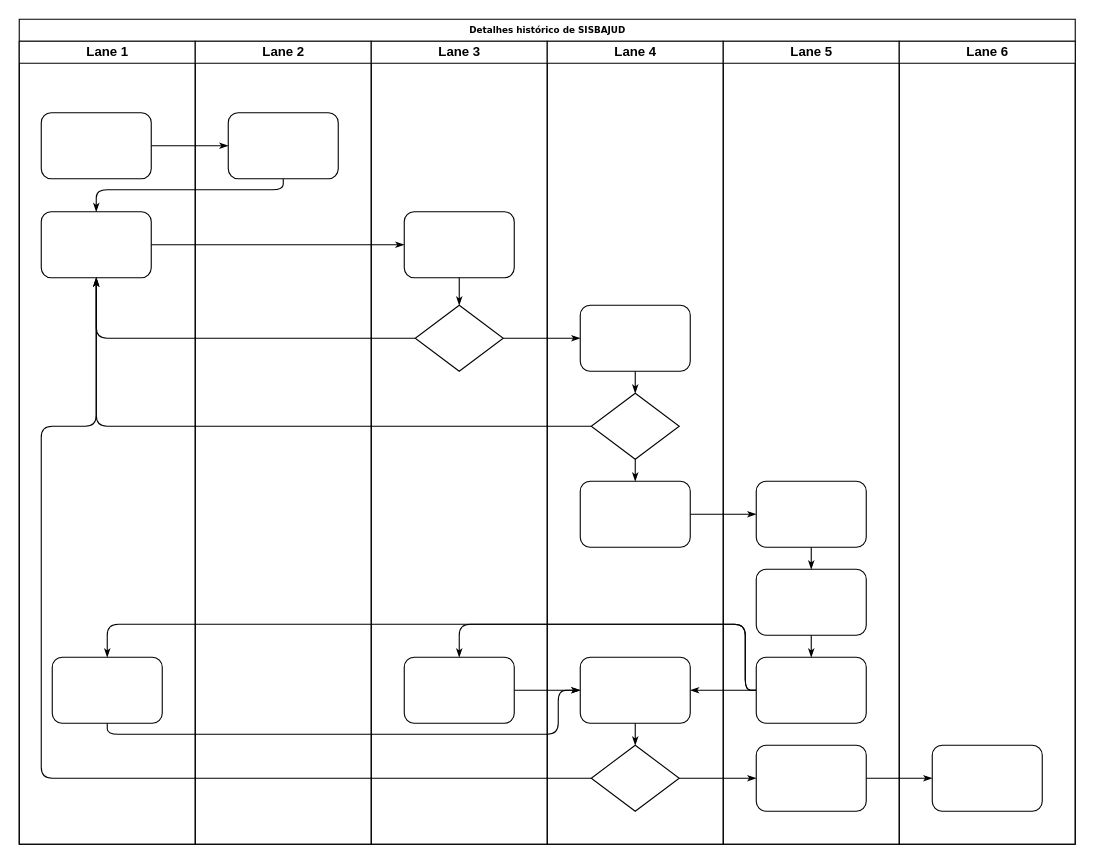
Before: painel.drawio in FabioHenrique023/diagramas, a draw.io diagram. Source tidied: cells renumbered, new cells numbered last; positions are measured from the earlier drawing's top-left corner, leaving out a move shared by most shapes. Both pictures are drawn from the tidied source at 110%, with x=0, y=0 at pixel (19, 19).
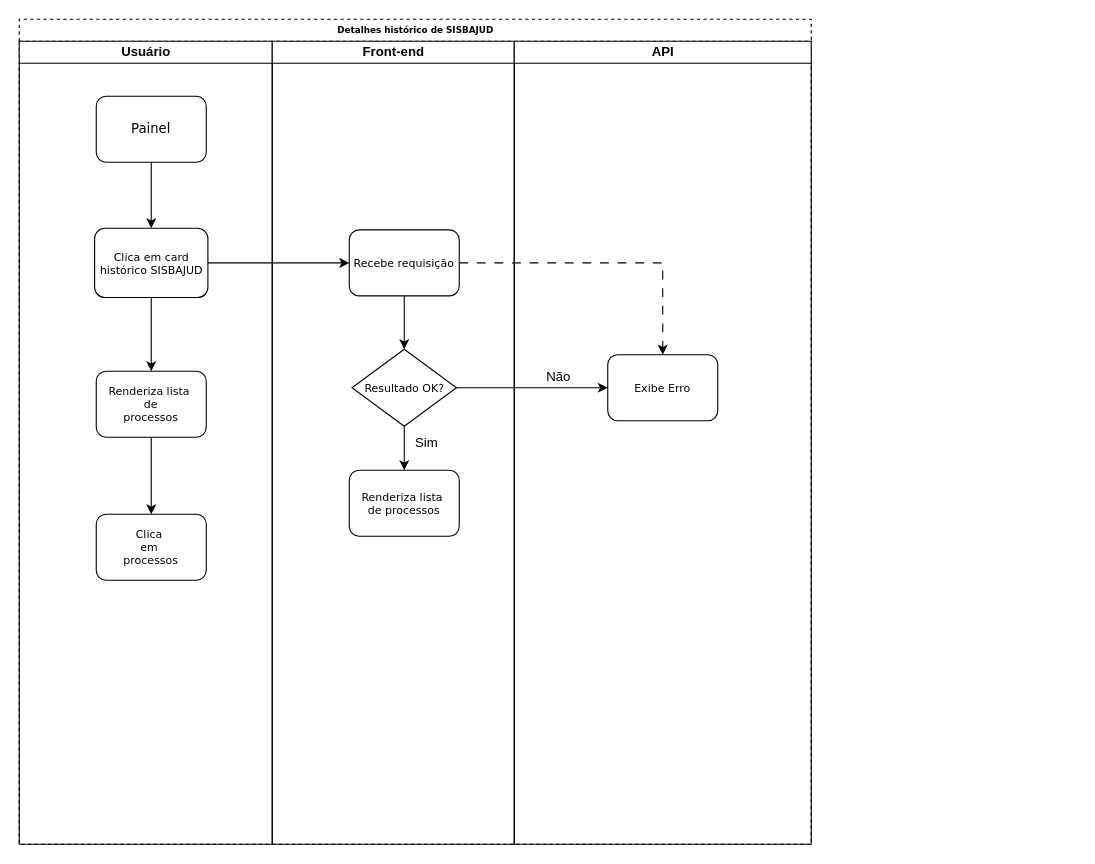
Above is the later version.

Change to the diagram source:
```diff
@@
-    <mxCell id="2" value="Detalhes histórico de SISBAJUD" style="swimlane;html=1;startSize=20;rounded=0;shadow=0;labelBackgroundColor=none;strokeWidth=1;fontFamily=Verdana;fontSize=8;align=center;" parent="1" vertex="1">
-      <mxGeometry width="960" height="750" as="geometry" />
+    <mxCell id="2" value="Detalhes histórico de SISBAJUD" style="swimlane;html=1;startSize=20;rounded=0;shadow=0;labelBackgroundColor=none;strokeWidth=1;fontFamily=Verdana;fontSize=8;align=center;dashed=1;" parent="1" vertex="1">
+      <mxGeometry width="720" height="750" as="geometry" />
     </mxCell>
-    <mxCell id="3" value="Lane 1" style="swimlane;html=1;startSize=20;" parent="2" vertex="1">
-      <mxGeometry y="20" width="160" height="730" as="geometry" />
+    <mxCell id="3" value="Usuário" style="swimlane;html=1;startSize=20;" parent="2" vertex="1">
+      <mxGeometry y="20" width="230" height="730" as="geometry" />
     </mxCell>
+    <mxCell id="47" style="edgeStyle=orthogonalEdgeStyle;rounded=0;jettySize=auto;html=1;" parent="3" edge="1" source="4" target="5">
+      <mxGeometry relative="1" as="geometry" />
+    </mxCell>
-    <mxCell id="4" style="rounded=1;whiteSpace=wrap;html=1;shadow=0;labelBackgroundColor=none;strokeWidth=1;fontFamily=Verdana;fontSize=8;align=center;" parent="3" vertex="1">
-      <mxGeometry x="20" y="65" width="100" height="60" as="geometry" />
+    <mxCell id="4" value="&lt;font style=&quot;font-size: 12px;&quot;&gt;Painel&lt;/font&gt;" style="rounded=1;whiteSpace=wrap;html=1;shadow=0;labelBackgroundColor=none;strokeWidth=1;fontFamily=Verdana;fontSize=8;align=center;" parent="3" vertex="1">
+      <mxGeometry x="70" y="50" width="100" height="60" as="geometry" />
     </mxCell>
+    <mxCell id="48" style="edgeStyle=orthogonalEdgeStyle;rounded=0;jettySize=auto;html=1;" parent="3" edge="1" source="5" target="6">
+      <mxGeometry relative="1" as="geometry" />
+    </mxCell>
-    <mxCell id="5" style="rounded=1;whiteSpace=wrap;html=1;shadow=0;labelBackgroundColor=none;strokeWidth=1;fontFamily=Verdana;fontSize=8;align=center;" parent="3" vertex="1">
-      <mxGeometry x="20" y="155" width="100" height="60" as="geometry" />
+    <mxCell id="5" value="&lt;font style=&quot;font-size: 10px;&quot;&gt;Clica em card histórico SISBAJUD&lt;/font&gt;" style="rounded=1;whiteSpace=wrap;html=1;shadow=0;labelBackgroundColor=none;strokeWidth=1;fontFamily=Verdana;fontSize=8;align=center;" parent="3" vertex="1">
+      <mxGeometry x="68.5" y="170" width="103" height="63" as="geometry" />
     </mxCell>
+    <mxCell id="49" style="edgeStyle=orthogonalEdgeStyle;rounded=0;jettySize=auto;html=1;" parent="3" edge="1" source="6" target="50">
+      <mxGeometry relative="1" as="geometry" />
+    </mxCell>
-    <mxCell id="6" style="rounded=1;whiteSpace=wrap;html=1;shadow=0;labelBackgroundColor=none;strokeWidth=1;fontFamily=Verdana;fontSize=8;align=center;" parent="3" vertex="1">
-      <mxGeometry x="30" y="560" width="100" height="60" as="geometry" />
+    <mxCell id="6" value="&lt;font style=&quot;font-size: 10px;&quot;&gt;Renderiza lista&amp;nbsp;&lt;/font&gt;&lt;div&gt;&lt;font style=&quot;font-size: 10px;&quot;&gt;de&lt;/font&gt;&lt;/div&gt;&lt;div&gt;&lt;font style=&quot;font-size: 10px;&quot;&gt;processos&lt;/font&gt;&lt;/div&gt;" style="rounded=1;whiteSpace=wrap;html=1;shadow=0;labelBackgroundColor=none;strokeWidth=1;fontFamily=Verdana;fontSize=8;align=center;" parent="3" vertex="1">
+      <mxGeometry x="70" y="300" width="100" height="60" as="geometry" />
     </mxCell>
-    <mxCell id="7" style="edgeStyle=orthogonalEdgeStyle;rounded=1;html=1;labelBackgroundColor=none;startArrow=none;startFill=0;startSize=5;endArrow=classicThin;endFill=1;endSize=5;jettySize=auto;strokeWidth=1;fontFamily=Verdana;fontSize=8;" parent="2" edge="1" source="4" target="23">
-      <mxGeometry relative="1" as="geometry" />
-    </mxCell>
-    <mxCell id="8" style="edgeStyle=orthogonalEdgeStyle;rounded=1;html=1;labelBackgroundColor=none;startArrow=none;startFill=0;startSize=5;endArrow=classicThin;endFill=1;endSize=5;jettySize=auto;strokeWidth=1;fontFamily=Verdana;fontSize=8;" parent="2" edge="1" source="23" target="5">
-      <mxGeometry relative="1" as="geometry">
-        <Array as="points">
-          <mxPoint x="240" y="155" />
-          <mxPoint x="70" y="155" />
-        </Array>
-      </mxGeometry>
-    </mxCell>
-    <mxCell id="9" style="edgeStyle=orthogonalEdgeStyle;rounded=1;html=1;labelBackgroundColor=none;startArrow=none;startFill=0;startSize=5;endArrow=classicThin;endFill=1;endSize=5;jettySize=auto;strokeWidth=1;fontFamily=Verdana;fontSize=8;" parent="2" edge="1" source="5" target="25">
-      <mxGeometry relative="1" as="geometry" />
-    </mxCell>
-    <mxCell id="10" style="edgeStyle=orthogonalEdgeStyle;rounded=1;html=1;labelBackgroundColor=none;startArrow=none;startFill=0;startSize=5;endArrow=classicThin;endFill=1;endSize=5;jettySize=auto;strokeWidth=1;fontFamily=Verdana;fontSize=8;" parent="2" edge="1" source="26" target="5">
-      <mxGeometry relative="1" as="geometry" />
-    </mxCell>
-    <mxCell id="11" style="edgeStyle=orthogonalEdgeStyle;rounded=1;html=1;labelBackgroundColor=none;startArrow=none;startFill=0;startSize=5;endArrow=classicThin;endFill=1;endSize=5;jettySize=auto;strokeWidth=1;fontFamily=Verdana;fontSize=8;" parent="2" edge="1" source="31" target="5">
-      <mxGeometry relative="1" as="geometry" />
-    </mxCell>
-    <mxCell id="12" style="edgeStyle=orthogonalEdgeStyle;rounded=1;html=1;labelBackgroundColor=none;startArrow=none;startFill=0;startSize=5;endArrow=classicThin;endFill=1;endSize=5;jettySize=auto;strokeWidth=1;fontFamily=Verdana;fontSize=8;" parent="2" edge="1" source="34" target="5">
-      <mxGeometry relative="1" as="geometry">
-        <Array as="points">
-          <mxPoint x="20" y="690" />
-          <mxPoint x="20" y="370" />
-          <mxPoint x="70" y="370" />
-        </Array>
-      </mxGeometry>
-    </mxCell>
-    <mxCell id="13" style="edgeStyle=orthogonalEdgeStyle;rounded=1;html=1;labelBackgroundColor=none;startArrow=none;startFill=0;startSize=5;endArrow=classicThin;endFill=1;endSize=5;jettySize=auto;strokeWidth=1;fontFamily=Verdana;fontSize=8;" parent="2" edge="1" source="26" target="30">
-      <mxGeometry relative="1" as="geometry" />
-    </mxCell>
-    <mxCell id="14" style="edgeStyle=orthogonalEdgeStyle;rounded=1;html=1;labelBackgroundColor=none;startArrow=none;startFill=0;startSize=5;endArrow=classicThin;endFill=1;endSize=5;jettySize=auto;strokeWidth=1;fontFamily=Verdana;fontSize=8;" parent="2" edge="1" source="34" target="42">
-      <mxGeometry relative="1" as="geometry" />
-    </mxCell>
-    <mxCell id="15" style="edgeStyle=orthogonalEdgeStyle;rounded=1;html=1;labelBackgroundColor=none;startArrow=none;startFill=0;startSize=5;endArrow=classicThin;endFill=1;endSize=5;jettySize=auto;strokeWidth=1;fontFamily=Verdana;fontSize=8;" parent="2" edge="1" source="42" target="46">
-      <mxGeometry relative="1" as="geometry" />
-    </mxCell>
-    <mxCell id="16" style="edgeStyle=orthogonalEdgeStyle;rounded=1;html=1;labelBackgroundColor=none;startArrow=none;startFill=0;startSize=5;endArrow=classicThin;endFill=1;endSize=5;jettySize=auto;strokeWidth=1;fontFamily=Verdana;fontSize=8;" parent="2" edge="1" source="32" target="39">
-      <mxGeometry relative="1" as="geometry" />
-    </mxCell>
-    <mxCell id="17" style="edgeStyle=orthogonalEdgeStyle;rounded=1;html=1;labelBackgroundColor=none;startArrow=none;startFill=0;startSize=5;endArrow=classicThin;endFill=1;endSize=5;jettySize=auto;strokeWidth=1;fontFamily=Verdana;fontSize=8;" parent="2" edge="1" source="41" target="27">
-      <mxGeometry relative="1" as="geometry">
-        <Array as="points">
-          <mxPoint x="660" y="610" />
-          <mxPoint x="660" y="550" />
-          <mxPoint x="400" y="550" />
-        </Array>
-      </mxGeometry>
-    </mxCell>
-    <mxCell id="18" style="edgeStyle=orthogonalEdgeStyle;rounded=1;html=1;labelBackgroundColor=none;startArrow=none;startFill=0;startSize=5;endArrow=classicThin;endFill=1;endSize=5;jettySize=auto;strokeColor=#000000;strokeWidth=1;fontFamily=Verdana;fontSize=8;fontColor=#000000;" parent="2" edge="1" source="41" target="33">
-      <mxGeometry relative="1" as="geometry" />
-    </mxCell>
-    <mxCell id="19" style="edgeStyle=orthogonalEdgeStyle;rounded=1;html=1;labelBackgroundColor=none;startArrow=none;startFill=0;startSize=5;endArrow=classicThin;endFill=1;endSize=5;jettySize=auto;strokeWidth=1;fontFamily=Verdana;fontSize=8;" parent="2" edge="1" source="41" target="6">
-      <mxGeometry relative="1" as="geometry">
-        <Array as="points">
-          <mxPoint x="660" y="610" />
-          <mxPoint x="660" y="550" />
-          <mxPoint x="80" y="550" />
-        </Array>
-      </mxGeometry>
-    </mxCell>
-    <mxCell id="20" style="edgeStyle=orthogonalEdgeStyle;rounded=1;html=1;labelBackgroundColor=none;startArrow=none;startFill=0;startSize=5;endArrow=classicThin;endFill=1;endSize=5;jettySize=auto;strokeWidth=1;fontFamily=Verdana;fontSize=8;" parent="2" edge="1" source="6" target="33">
-      <mxGeometry relative="1" as="geometry">
-        <Array as="points">
-          <mxPoint x="80" y="650" />
-          <mxPoint x="490" y="650" />
-          <mxPoint x="490" y="610" />
-        </Array>
-      </mxGeometry>
-    </mxCell>
-    <mxCell id="21" style="edgeStyle=orthogonalEdgeStyle;rounded=1;html=1;labelBackgroundColor=none;startArrow=none;startFill=0;startSize=5;endArrow=classicThin;endFill=1;endSize=5;jettySize=auto;strokeWidth=1;fontFamily=Verdana;fontSize=8;" parent="2" edge="1" source="27" target="33">
-      <mxGeometry relative="1" as="geometry" />
-    </mxCell>
+    <mxCell id="50" value="&lt;font style=&quot;font-size: 10px;&quot;&gt;Clica&amp;nbsp;&lt;/font&gt;&lt;div&gt;&lt;font style=&quot;font-size: 10px;&quot;&gt;em&amp;nbsp;&lt;/font&gt;&lt;div&gt;&lt;font style=&quot;font-size: 10px;&quot;&gt;processos&lt;/font&gt;&lt;/div&gt;&lt;/div&gt;" style="rounded=1;whiteSpace=wrap;html=1;shadow=0;labelBackgroundColor=none;strokeWidth=1;fontFamily=Verdana;fontSize=8;align=center;" parent="3" vertex="1">
+      <mxGeometry x="70" y="430" width="100" height="60" as="geometry" />
+    </mxCell>
-    <mxCell id="22" value="Lane 2" style="swimlane;html=1;startSize=20;" parent="2" vertex="1">
-      <mxGeometry x="160" y="20" width="160" height="730" as="geometry" />
+    <mxCell id="22" value="Front-end" style="swimlane;html=1;startSize=20;" parent="2" vertex="1">
+      <mxGeometry x="230" y="20" width="220" height="730" as="geometry" />
     </mxCell>
+    <mxCell id="51" style="edgeStyle=orthogonalEdgeStyle;rounded=0;jettySize=auto;html=1;" parent="22" edge="1" source="23" target="53">
+      <mxGeometry relative="1" as="geometry" />
+    </mxCell>
-    <mxCell id="23" style="rounded=1;whiteSpace=wrap;html=1;shadow=0;labelBackgroundColor=none;strokeWidth=1;fontFamily=Verdana;fontSize=8;align=center;" parent="22" vertex="1">
-      <mxGeometry x="30" y="65" width="100" height="60" as="geometry" />
+    <mxCell id="23" value="&lt;font style=&quot;font-size: 10px;&quot;&gt;Recebe requisição&lt;/font&gt;" style="rounded=1;whiteSpace=wrap;html=1;shadow=0;labelBackgroundColor=none;strokeWidth=1;fontFamily=Verdana;fontSize=8;align=center;" parent="22" vertex="1">
+      <mxGeometry x="70" y="171.5" width="100" height="60" as="geometry" />
     </mxCell>
+    <mxCell id="52" style="edgeStyle=orthogonalEdgeStyle;rounded=0;jettySize=auto;html=1;" parent="22" edge="1" source="53" target="27">
+      <mxGeometry relative="1" as="geometry" />
+    </mxCell>
+    <mxCell id="53" value="&lt;font style=&quot;font-size: 10px;&quot;&gt;Resultado OK?&lt;/font&gt;" style="rhombus;whiteSpace=wrap;html=1;rounded=0;shadow=0;labelBackgroundColor=none;strokeWidth=1;fontFamily=Verdana;fontSize=8;align=center;" parent="22" vertex="1">
+      <mxGeometry x="72.5" y="280" width="95" height="70" as="geometry" />
+    </mxCell>
+    <mxCell id="27" value="&lt;font style=&quot;font-size: 10px;&quot;&gt;Renderiza lista&amp;nbsp;&lt;/font&gt;&lt;div&gt;&lt;font style=&quot;font-size: 10px;&quot;&gt;de processos&lt;/font&gt;&lt;/div&gt;" style="rounded=1;whiteSpace=wrap;html=1;shadow=0;labelBackgroundColor=none;strokeWidth=1;fontFamily=Verdana;fontSize=8;align=center;" parent="22" vertex="1">
+      <mxGeometry x="70" y="390" width="100" height="60" as="geometry" />
+    </mxCell>
+    <mxCell id="54" value="Sim" style="text;html=1;align=center;verticalAlign=middle;strokeColor=none;fillColor=none;" parent="22" vertex="1">
+      <mxGeometry x="120" y="350" width="40" height="30" as="geometry" />
+    </mxCell>
+    <mxCell id="55" style="edgeStyle=orthogonalEdgeStyle;rounded=0;jettySize=auto;html=1;entryX=0;entryY=0.5;entryDx=0;entryDy=0;" parent="2" edge="1" source="5" target="23">
+      <mxGeometry relative="1" as="geometry" />
+    </mxCell>
-    <mxCell id="24" value="Lane 3" style="swimlane;html=1;startSize=20;" parent="2" vertex="1">
-      <mxGeometry x="320" y="20" width="160" height="730" as="geometry" />
+    <mxCell id="24" value="API" style="swimlane;html=1;startSize=20;" parent="2" vertex="1">
+      <mxGeometry x="450" y="20" width="270" height="730" as="geometry" />
     </mxCell>
-    <mxCell id="25" style="rounded=1;whiteSpace=wrap;html=1;shadow=0;labelBackgroundColor=none;strokeWidth=1;fontFamily=Verdana;fontSize=8;align=center;" parent="24" vertex="1">
-      <mxGeometry x="30" y="155" width="100" height="60" as="geometry" />
+    <mxCell id="25" value="&lt;font style=&quot;font-size: 10px;&quot;&gt;Exibe Erro&lt;/font&gt;" style="rounded=1;whiteSpace=wrap;html=1;shadow=0;labelBackgroundColor=none;strokeWidth=1;fontFamily=Verdana;fontSize=8;align=center;" parent="24" vertex="1">
+      <mxGeometry x="85" y="285" width="100" height="60" as="geometry" />
     </mxCell>
-    <mxCell id="26" style="rhombus;whiteSpace=wrap;html=1;rounded=0;shadow=0;labelBackgroundColor=none;strokeWidth=1;fontFamily=Verdana;fontSize=8;align=center;" parent="24" vertex="1">
-      <mxGeometry x="40" y="240" width="80" height="60" as="geometry" />
-    </mxCell>
-    <mxCell id="27" style="rounded=1;whiteSpace=wrap;html=1;shadow=0;labelBackgroundColor=none;strokeWidth=1;fontFamily=Verdana;fontSize=8;align=center;" parent="24" vertex="1">
-      <mxGeometry x="30" y="560" width="100" height="60" as="geometry" />
-    </mxCell>
-    <mxCell id="28" style="edgeStyle=orthogonalEdgeStyle;rounded=1;html=1;labelBackgroundColor=none;startArrow=none;startFill=0;startSize=5;endArrow=classicThin;endFill=1;endSize=5;jettySize=auto;strokeWidth=1;fontFamily=Verdana;fontSize=8;" parent="24" edge="1" source="25" target="26">
-      <mxGeometry relative="1" as="geometry" />
-    </mxCell>
-    <mxCell id="29" value="Lane 4" style="swimlane;html=1;startSize=20;" parent="2" vertex="1">
-      <mxGeometry x="480" y="20" width="160" height="730" as="geometry" />
-    </mxCell>
-    <mxCell id="30" style="rounded=1;whiteSpace=wrap;html=1;shadow=0;labelBackgroundColor=none;strokeWidth=1;fontFamily=Verdana;fontSize=8;align=center;" parent="29" vertex="1">
-      <mxGeometry x="30" y="240" width="100" height="60" as="geometry" />
-    </mxCell>
-    <mxCell id="31" style="rhombus;whiteSpace=wrap;html=1;rounded=0;shadow=0;labelBackgroundColor=none;strokeWidth=1;fontFamily=Verdana;fontSize=8;align=center;" parent="29" vertex="1">
-      <mxGeometry x="40" y="320" width="80" height="60" as="geometry" />
-    </mxCell>
-    <mxCell id="32" style="rounded=1;whiteSpace=wrap;html=1;shadow=0;labelBackgroundColor=none;strokeWidth=1;fontFamily=Verdana;fontSize=8;align=center;" parent="29" vertex="1">
-      <mxGeometry x="30" y="400" width="100" height="60" as="geometry" />
-    </mxCell>
-    <mxCell id="33" style="rounded=1;whiteSpace=wrap;html=1;shadow=0;labelBackgroundColor=none;strokeWidth=1;fontFamily=Verdana;fontSize=8;align=center;" parent="29" vertex="1">
-      <mxGeometry x="30" y="560" width="100" height="60" as="geometry" />
-    </mxCell>
-    <mxCell id="34" style="rhombus;whiteSpace=wrap;html=1;rounded=0;shadow=0;labelBackgroundColor=none;strokeWidth=1;fontFamily=Verdana;fontSize=8;align=center;" parent="29" vertex="1">
-      <mxGeometry x="40" y="640" width="80" height="60" as="geometry" />
-    </mxCell>
-    <mxCell id="35" style="edgeStyle=orthogonalEdgeStyle;rounded=1;html=1;labelBackgroundColor=none;startArrow=none;startFill=0;startSize=5;endArrow=classicThin;endFill=1;endSize=5;jettySize=auto;strokeColor=#000000;strokeWidth=1;fontFamily=Verdana;fontSize=8;fontColor=#000000;" parent="29" edge="1" source="30" target="31">
-      <mxGeometry relative="1" as="geometry" />
-    </mxCell>
-    <mxCell id="36" style="edgeStyle=orthogonalEdgeStyle;rounded=1;html=1;labelBackgroundColor=none;startArrow=none;startFill=0;startSize=5;endArrow=classicThin;endFill=1;endSize=5;jettySize=auto;strokeWidth=1;fontFamily=Verdana;fontSize=8;" parent="29" edge="1" source="31" target="32">
-      <mxGeometry relative="1" as="geometry" />
-    </mxCell>
-    <mxCell id="37" style="edgeStyle=orthogonalEdgeStyle;rounded=1;html=1;labelBackgroundColor=none;startArrow=none;startFill=0;startSize=5;endArrow=classicThin;endFill=1;endSize=5;jettySize=auto;strokeWidth=1;fontFamily=Verdana;fontSize=8;" parent="29" edge="1" source="33" target="34">
-      <mxGeometry relative="1" as="geometry" />
-    </mxCell>
-    <mxCell id="38" value="Lane 5" style="swimlane;html=1;startSize=20;" parent="2" vertex="1">
-      <mxGeometry x="640" y="20" width="160" height="730" as="geometry" />
-    </mxCell>
-    <mxCell id="39" style="rounded=1;whiteSpace=wrap;html=1;shadow=0;labelBackgroundColor=none;strokeWidth=1;fontFamily=Verdana;fontSize=8;align=center;" parent="38" vertex="1">
-      <mxGeometry x="30" y="400" width="100" height="60" as="geometry" />
-    </mxCell>
-    <mxCell id="40" style="rounded=1;whiteSpace=wrap;html=1;shadow=0;labelBackgroundColor=none;strokeWidth=1;fontFamily=Verdana;fontSize=8;align=center;" parent="38" vertex="1">
-      <mxGeometry x="30" y="480" width="100" height="60" as="geometry" />
-    </mxCell>
-    <mxCell id="41" style="rounded=1;whiteSpace=wrap;html=1;shadow=0;labelBackgroundColor=none;strokeWidth=1;fontFamily=Verdana;fontSize=8;align=center;" parent="38" vertex="1">
-      <mxGeometry x="30" y="560" width="100" height="60" as="geometry" />
-    </mxCell>
-    <mxCell id="42" style="rounded=1;whiteSpace=wrap;html=1;shadow=0;labelBackgroundColor=none;strokeWidth=1;fontFamily=Verdana;fontSize=8;align=center;" parent="38" vertex="1">
-      <mxGeometry x="30" y="640" width="100" height="60" as="geometry" />
-    </mxCell>
-    <mxCell id="43" style="edgeStyle=orthogonalEdgeStyle;rounded=1;html=1;labelBackgroundColor=none;startArrow=none;startFill=0;startSize=5;endArrow=classicThin;endFill=1;endSize=5;jettySize=auto;strokeWidth=1;fontFamily=Verdana;fontSize=8;" parent="38" edge="1" source="39" target="40">
-      <mxGeometry relative="1" as="geometry" />
-    </mxCell>
-    <mxCell id="44" style="edgeStyle=orthogonalEdgeStyle;rounded=1;html=1;labelBackgroundColor=none;startArrow=none;startFill=0;startSize=5;endArrow=classicThin;endFill=1;endSize=5;jettySize=auto;strokeWidth=1;fontFamily=Verdana;fontSize=8;" parent="38" edge="1" source="40" target="41">
-      <mxGeometry relative="1" as="geometry" />
-    </mxCell>
-    <mxCell id="45" value="Lane 6" style="swimlane;html=1;startSize=20;" parent="2" vertex="1">
-      <mxGeometry x="800" y="20" width="160" height="730" as="geometry" />
-    </mxCell>
-    <mxCell id="46" style="rounded=1;whiteSpace=wrap;html=1;shadow=0;labelBackgroundColor=none;strokeWidth=1;fontFamily=Verdana;fontSize=8;align=center;" parent="45" vertex="1">
-      <mxGeometry x="30" y="640" width="100" height="60" as="geometry" />
-    </mxCell>
+    <mxCell id="56" value="Não" style="text;html=1;align=center;verticalAlign=middle;strokeColor=none;fillColor=none;" parent="24" vertex="1">
+      <mxGeometry x="15" y="290" width="50" height="30" as="geometry" />
+    </mxCell>
+    <mxCell id="57" style="edgeStyle=orthogonalEdgeStyle;rounded=0;jettySize=auto;html=1;dashed=1;dashPattern=8 8;" parent="2" edge="1" source="23" target="25">
+      <mxGeometry relative="1" as="geometry" />
+    </mxCell>
+    <mxCell id="58" style="edgeStyle=orthogonalEdgeStyle;rounded=0;jettySize=auto;html=1;entryX=0;entryY=0.5;entryDx=0;entryDy=0;" parent="2" edge="1" source="53" target="25">
+      <mxGeometry relative="1" as="geometry" />
+    </mxCell>
```
